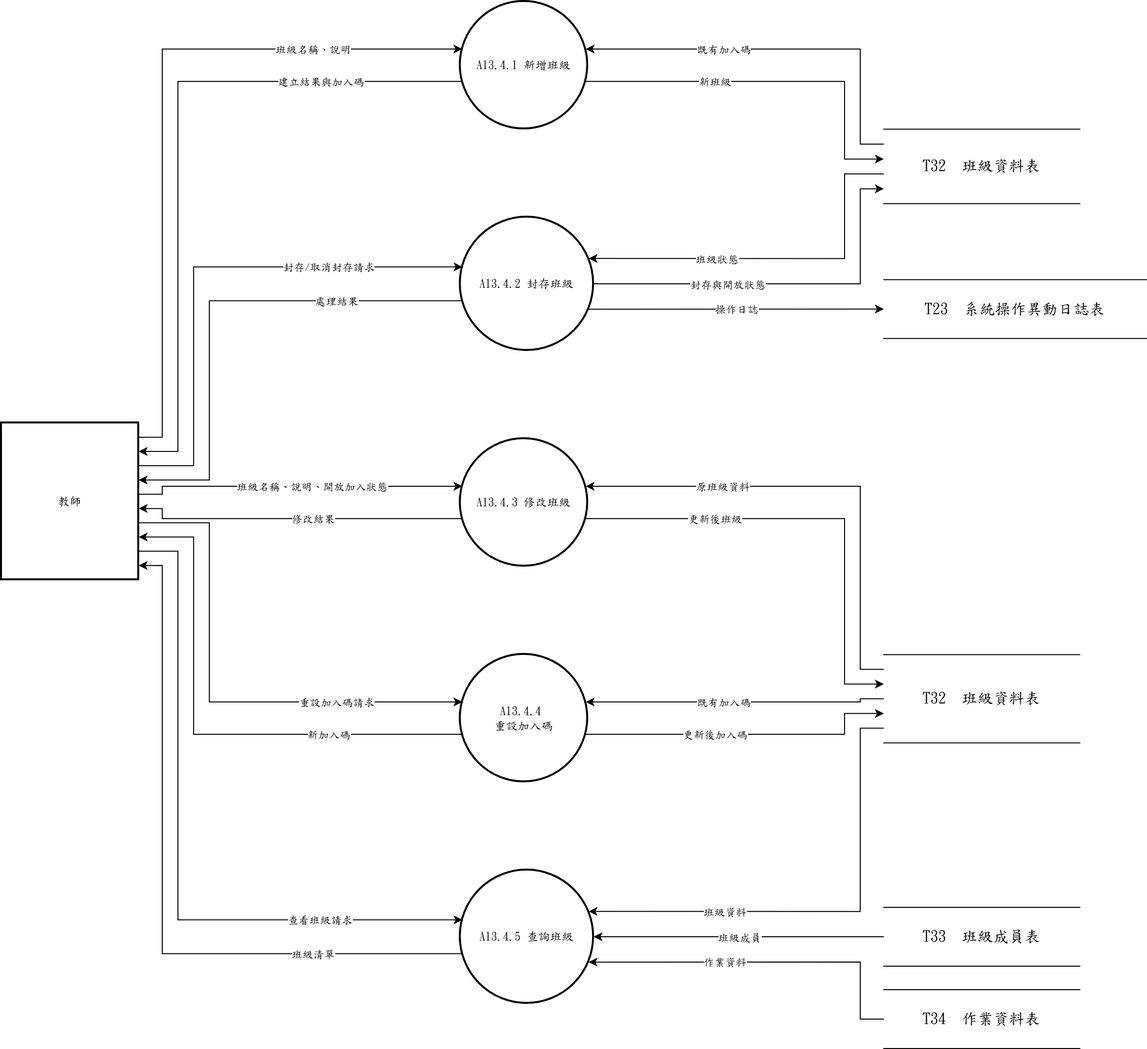
This is 系統文件/第6章/DFD圖/圖13/圖13-4.drawio.png from s22452007/115502, a draw.io export, as it was before one commit. Source tidied: cells renumbered, new cells last; positions are measured from the earlier drawing's top-left corner, leaving out a move shared by most shapes. The source it was exported from:
```xml
<mxGraphModel>
  <root>
    <mxCell id="0" />
    <mxCell id="1" parent="0" />
    <mxCell id="2" value="A13.4.1 新增班級" style="ellipse;strokeWidth=2;whiteSpace=wrap;html=1;fontFamily=標楷體;" parent="1" vertex="1">
      <mxGeometry x="468" width="130" height="130" as="geometry" />
    </mxCell>
    <mxCell id="3" value="A13.4.2 封存班級" style="ellipse;strokeWidth=2;whiteSpace=wrap;html=1;fontFamily=標楷體;" parent="1" vertex="1">
      <mxGeometry x="468" y="220" width="136" height="136" as="geometry" />
    </mxCell>
    <mxCell id="4" value="A13.4.3 修改班級" style="ellipse;strokeWidth=2;whiteSpace=wrap;html=1;fontFamily=標楷體;" parent="1" vertex="1">
      <mxGeometry x="468" y="446" width="130" height="130" as="geometry" />
    </mxCell>
    <mxCell id="5" value="A13.4.4&amp;nbsp;&lt;div&gt;重設加入碼&lt;/div&gt;" style="ellipse;strokeWidth=2;whiteSpace=wrap;html=1;fontFamily=標楷體;" parent="1" vertex="1">
      <mxGeometry x="468" y="666" width="130" height="130" as="geometry" />
    </mxCell>
    <mxCell id="6" value="A13.4.5 查詢班級" style="ellipse;strokeWidth=2;whiteSpace=wrap;html=1;fontFamily=標楷體;" parent="1" vertex="1">
      <mxGeometry x="468" y="886" width="136" height="136" as="geometry" />
    </mxCell>
    <mxCell id="7" value="教師" style="whiteSpace=wrap;strokeWidth=2;html=1;fontFamily=標楷體;" parent="1" vertex="1">
      <mxGeometry y="429.9" width="140" height="160" as="geometry" />
    </mxCell>
    <mxCell id="8" value="T32  班級資料表" style="shape=partialRectangle;whiteSpace=wrap;html=1;left=0;right=0;fontFamily=標楷體;fontSize=16;" parent="1" vertex="1">
      <mxGeometry x="900" y="130.3" width="200" height="76" as="geometry" />
    </mxCell>
    <mxCell id="9" value="T23  系統操作異動日誌表" style="shape=partialRectangle;whiteSpace=wrap;html=1;left=0;right=0;fontFamily=標楷體;fontSize=16;" parent="1" vertex="1">
      <mxGeometry x="900" y="283.8" width="268" height="60" as="geometry" />
    </mxCell>
    <mxCell id="10" value="T32  班級資料表" style="shape=partialRectangle;whiteSpace=wrap;html=1;left=0;right=0;fontFamily=標楷體;fontSize=16;" parent="1" vertex="1">
      <mxGeometry x="900" y="666.3" width="200" height="90" as="geometry" />
    </mxCell>
    <mxCell id="11" value="T33  班級成員表" style="shape=partialRectangle;whiteSpace=wrap;html=1;left=0;right=0;fontFamily=標楷體;fontSize=16;" parent="1" vertex="1">
      <mxGeometry x="900" y="924" width="200" height="60" as="geometry" />
    </mxCell>
    <mxCell id="12" value="T34  作業資料表" style="shape=partialRectangle;whiteSpace=wrap;html=1;left=0;right=0;fontFamily=標楷體;fontSize=16;" parent="1" vertex="1">
      <mxGeometry x="900" y="1008" width="200" height="60" as="geometry" />
    </mxCell>
    <mxCell id="13" style="edgeStyle=none;rounded=0;html=1;fontFamily=標楷體;endArrow=classic;exitX=1.0000;exitY=0.0909;exitDx=0;exitDy=0;exitPerimeter=0;entryX=0.0163;entryY=0.3733;entryDx=0;entryDy=0;entryPerimeter=0;" parent="1" edge="1" source="7" target="2">
      <mxGeometry relative="1" as="geometry">
        <Array as="points">
          <mxPoint x="164" y="444.4" />
          <mxPoint x="164" y="48.5" />
        </Array>
      </mxGeometry>
    </mxCell>
    <mxCell id="14" value="班級名稱、說明" style="edgeLabel;html=1;align=center;verticalAlign=middle;fontFamily=標楷體;" parent="13" vertex="1">
      <mxGeometry x="0.58" relative="1" as="geometry" />
    </mxCell>
    <mxCell id="15" style="edgeStyle=none;rounded=0;html=1;fontFamily=標楷體;endArrow=classic;exitX=0.0000;exitY=0.2000;exitDx=0;exitDy=0;exitPerimeter=0;entryX=0.9837;entryY=0.3733;entryDx=0;entryDy=0;entryPerimeter=0;" parent="1" edge="1" source="8" target="2">
      <mxGeometry relative="1" as="geometry">
        <Array as="points">
          <mxPoint x="876" y="145.5" />
          <mxPoint x="876" y="48.5" />
        </Array>
      </mxGeometry>
    </mxCell>
    <mxCell id="16" value="既有加入碼" style="edgeLabel;html=1;align=center;verticalAlign=middle;fontFamily=標楷體;" parent="15" vertex="1">
      <mxGeometry x="0.3" relative="1" as="geometry" />
    </mxCell>
    <mxCell id="17" style="edgeStyle=none;rounded=0;html=1;fontFamily=標楷體;endArrow=classic;exitX=0.0163;exitY=0.6267;exitDx=0;exitDy=0;exitPerimeter=0;entryX=1.0000;entryY=0.1818;entryDx=0;entryDy=0;entryPerimeter=0;" parent="1" edge="1" source="2" target="7">
      <mxGeometry relative="1" as="geometry">
        <Array as="points">
          <mxPoint x="180" y="81.5" />
          <mxPoint x="180" y="459" />
        </Array>
      </mxGeometry>
    </mxCell>
    <mxCell id="18" value="建立結果與加入碼" style="edgeLabel;html=1;align=center;verticalAlign=middle;fontFamily=標楷體;" parent="17" vertex="1">
      <mxGeometry x="-0.59" relative="1" as="geometry" />
    </mxCell>
    <mxCell id="19" style="edgeStyle=none;rounded=0;html=1;fontFamily=標楷體;endArrow=classic;exitX=0.9837;exitY=0.6267;exitDx=0;exitDy=0;exitPerimeter=0;entryX=0.0000;entryY=0.4000;entryDx=0;entryDy=0;entryPerimeter=0;" parent="1" edge="1" source="2" target="8">
      <mxGeometry relative="1" as="geometry">
        <Array as="points">
          <mxPoint x="860" y="81.5" />
          <mxPoint x="860" y="160.7" />
        </Array>
      </mxGeometry>
    </mxCell>
    <mxCell id="20" value="新班級" style="edgeLabel;html=1;align=center;verticalAlign=middle;fontFamily=標楷體;" parent="19" vertex="1">
      <mxGeometry x="-0.31" relative="1" as="geometry" />
    </mxCell>
    <mxCell id="21" style="edgeStyle=none;rounded=0;html=1;fontFamily=標楷體;endArrow=classic;exitX=1.0000;exitY=0.2727;exitDx=0;exitDy=0;exitPerimeter=0;entryX=0.0163;entryY=0.3733;entryDx=0;entryDy=0;entryPerimeter=0;" parent="1" edge="1" source="7" target="3">
      <mxGeometry relative="1" as="geometry">
        <Array as="points">
          <mxPoint x="196" y="473.5" />
          <mxPoint x="196" y="270.8" />
        </Array>
      </mxGeometry>
    </mxCell>
    <mxCell id="22" value="封存/取消封存請求" style="edgeLabel;html=1;align=center;verticalAlign=middle;fontFamily=標楷體;" parent="21" vertex="1">
      <mxGeometry x="0.48" relative="1" as="geometry" />
    </mxCell>
    <mxCell id="23" style="edgeStyle=none;rounded=0;html=1;fontFamily=標楷體;endArrow=classic;exitX=0.0000;exitY=0.6000;exitDx=0;exitDy=0;exitPerimeter=0;entryX=0.9625;entryY=0.3100;entryDx=0;entryDy=0;entryPerimeter=0;" parent="1" edge="1" source="8" target="3">
      <mxGeometry relative="1" as="geometry">
        <Array as="points">
          <mxPoint x="860" y="175.9" />
          <mxPoint x="860" y="262.2" />
        </Array>
      </mxGeometry>
    </mxCell>
    <mxCell id="24" value="班級狀態" style="edgeLabel;html=1;align=center;verticalAlign=middle;fontFamily=標楷體;" parent="23" vertex="1">
      <mxGeometry x="0.33" relative="1" as="geometry" />
    </mxCell>
    <mxCell id="25" style="edgeStyle=none;rounded=0;html=1;fontFamily=標楷體;endArrow=classic;exitX=0.0163;exitY=0.6267;exitDx=0;exitDy=0;exitPerimeter=0;entryX=1.0000;entryY=0.3636;entryDx=0;entryDy=0;entryPerimeter=0;" parent="1" edge="1" source="3" target="7">
      <mxGeometry relative="1" as="geometry">
        <Array as="points">
          <mxPoint x="212" y="305.2" />
          <mxPoint x="212" y="488.1" />
        </Array>
      </mxGeometry>
    </mxCell>
    <mxCell id="26" value="處理結果" style="edgeLabel;html=1;align=center;verticalAlign=middle;fontFamily=標楷體;" parent="25" vertex="1">
      <mxGeometry x="-0.5" relative="1" as="geometry" />
    </mxCell>
    <mxCell id="27" style="edgeStyle=none;rounded=0;html=1;fontFamily=標楷體;endArrow=classic;exitX=1.0000;exitY=0.5000;exitDx=0;exitDy=0;exitPerimeter=0;entryX=0.0000;entryY=0.8000;entryDx=0;entryDy=0;entryPerimeter=0;" parent="1" edge="1" source="3" target="8">
      <mxGeometry relative="1" as="geometry">
        <Array as="points">
          <mxPoint x="876" y="288" />
          <mxPoint x="876" y="191.1" />
        </Array>
      </mxGeometry>
    </mxCell>
    <mxCell id="28" value="封存與開放狀態" style="edgeLabel;html=1;align=center;verticalAlign=middle;fontFamily=標楷體;" parent="27" vertex="1">
      <mxGeometry x="-0.31" relative="1" as="geometry" />
    </mxCell>
    <mxCell id="29" style="edgeStyle=none;rounded=0;html=1;fontFamily=標楷體;endArrow=classic;exitX=0.9625;exitY=0.6900;exitDx=0;exitDy=0;exitPerimeter=0;entryX=0.0000;entryY=0.5000;entryDx=0;entryDy=0;entryPerimeter=0;" parent="1" edge="1" source="3" target="9">
      <mxGeometry relative="1" as="geometry" />
    </mxCell>
    <mxCell id="30" value="操作日誌" style="edgeLabel;html=1;align=center;verticalAlign=middle;fontFamily=標楷體;" parent="29" vertex="1">
      <mxGeometry relative="1" as="geometry" />
    </mxCell>
    <mxCell id="31" style="edgeStyle=none;rounded=0;html=1;fontFamily=標楷體;endArrow=classic;exitX=1.0000;exitY=0.4545;exitDx=0;exitDy=0;exitPerimeter=0;entryX=0.0163;entryY=0.3733;entryDx=0;entryDy=0;entryPerimeter=0;" parent="1" edge="1" source="7" target="4">
      <mxGeometry relative="1" as="geometry">
        <Array as="points">
          <mxPoint x="164" y="502.6" />
          <mxPoint x="164" y="494.5" />
        </Array>
      </mxGeometry>
    </mxCell>
    <mxCell id="32" value="班級名稱、說明、開放加入狀態" style="edgeLabel;html=1;align=center;verticalAlign=middle;fontFamily=標楷體;" parent="31" vertex="1">
      <mxGeometry x="0.1" relative="1" as="geometry" />
    </mxCell>
    <mxCell id="33" style="edgeStyle=none;rounded=0;html=1;fontFamily=標楷體;endArrow=classic;exitX=0.0000;exitY=0.1667;exitDx=0;exitDy=0;exitPerimeter=0;entryX=0.9837;entryY=0.3733;entryDx=0;entryDy=0;entryPerimeter=0;" parent="1" edge="1" source="10" target="4">
      <mxGeometry relative="1" as="geometry">
        <Array as="points">
          <mxPoint x="876" y="681.3" />
          <mxPoint x="876" y="494.5" />
        </Array>
      </mxGeometry>
    </mxCell>
    <mxCell id="34" value="原班級資料" style="edgeLabel;html=1;align=center;verticalAlign=middle;fontFamily=標楷體;" parent="33" vertex="1">
      <mxGeometry x="0.43" relative="1" as="geometry" />
    </mxCell>
    <mxCell id="35" style="edgeStyle=none;rounded=0;html=1;fontFamily=標楷體;endArrow=classic;exitX=0.0163;exitY=0.6267;exitDx=0;exitDy=0;exitPerimeter=0;entryX=1.0000;entryY=0.5455;entryDx=0;entryDy=0;entryPerimeter=0;" parent="1" edge="1" source="4" target="7">
      <mxGeometry relative="1" as="geometry">
        <Array as="points">
          <mxPoint x="164" y="527.5" />
          <mxPoint x="164" y="517.2" />
        </Array>
      </mxGeometry>
    </mxCell>
    <mxCell id="36" value="修改結果" style="edgeLabel;html=1;align=center;verticalAlign=middle;fontFamily=標楷體;" parent="35" vertex="1">
      <mxGeometry x="-0.1" relative="1" as="geometry" />
    </mxCell>
    <mxCell id="37" style="edgeStyle=none;rounded=0;html=1;fontFamily=標楷體;endArrow=classic;exitX=0.9837;exitY=0.6267;exitDx=0;exitDy=0;exitPerimeter=0;entryX=0.0000;entryY=0.3333;entryDx=0;entryDy=0;entryPerimeter=0;" parent="1" edge="1" source="4" target="10">
      <mxGeometry relative="1" as="geometry">
        <Array as="points">
          <mxPoint x="860" y="527.5" />
          <mxPoint x="860" y="696.3" />
        </Array>
      </mxGeometry>
    </mxCell>
    <mxCell id="38" value="更新後班級" style="edgeLabel;html=1;align=center;verticalAlign=middle;fontFamily=標楷體;" parent="37" vertex="1">
      <mxGeometry x="-0.44" relative="1" as="geometry" />
    </mxCell>
    <mxCell id="39" style="edgeStyle=none;rounded=0;html=1;fontFamily=標楷體;endArrow=classic;exitX=1.0000;exitY=0.6364;exitDx=0;exitDy=0;exitPerimeter=0;entryX=0.0163;entryY=0.3733;entryDx=0;entryDy=0;entryPerimeter=0;" parent="1" edge="1" source="7" target="5">
      <mxGeometry relative="1" as="geometry">
        <Array as="points">
          <mxPoint x="212" y="531.7" />
          <mxPoint x="212" y="714.5" />
        </Array>
      </mxGeometry>
    </mxCell>
    <mxCell id="40" value="重設加入碼請求" style="edgeLabel;html=1;align=center;verticalAlign=middle;fontFamily=標楷體;" parent="39" vertex="1">
      <mxGeometry x="0.5" relative="1" as="geometry" />
    </mxCell>
    <mxCell id="41" style="edgeStyle=none;rounded=0;html=1;fontFamily=標楷體;endArrow=classic;exitX=0.0000;exitY=0.5000;exitDx=0;exitDy=0;exitPerimeter=0;entryX=0.9837;entryY=0.3733;entryDx=0;entryDy=0;entryPerimeter=0;" parent="1" edge="1" source="10" target="5">
      <mxGeometry relative="1" as="geometry">
        <Array as="points">
          <mxPoint x="876" y="711.3" />
          <mxPoint x="876" y="714.5" />
        </Array>
      </mxGeometry>
    </mxCell>
    <mxCell id="42" value="既有加入碼" style="edgeLabel;html=1;align=center;verticalAlign=middle;fontFamily=標楷體;" parent="41" vertex="1">
      <mxGeometry x="0.09" relative="1" as="geometry" />
    </mxCell>
    <mxCell id="43" style="edgeStyle=none;rounded=0;html=1;fontFamily=標楷體;endArrow=classic;exitX=0.0163;exitY=0.6267;exitDx=0;exitDy=0;exitPerimeter=0;entryX=1.0000;entryY=0.7273;entryDx=0;entryDy=0;entryPerimeter=0;" parent="1" edge="1" source="5" target="7">
      <mxGeometry relative="1" as="geometry">
        <Array as="points">
          <mxPoint x="196" y="747.5" />
          <mxPoint x="196" y="546.2" />
        </Array>
      </mxGeometry>
    </mxCell>
    <mxCell id="44" value="新加入碼" style="edgeLabel;html=1;align=center;verticalAlign=middle;fontFamily=標楷體;" parent="43" vertex="1">
      <mxGeometry x="-0.48" relative="1" as="geometry" />
    </mxCell>
    <mxCell id="45" style="edgeStyle=none;rounded=0;html=1;fontFamily=標楷體;endArrow=classic;exitX=0.9837;exitY=0.6267;exitDx=0;exitDy=0;exitPerimeter=0;entryX=0.0000;entryY=0.6667;entryDx=0;entryDy=0;entryPerimeter=0;" parent="1" edge="1" source="5" target="10">
      <mxGeometry relative="1" as="geometry">
        <Array as="points">
          <mxPoint x="860" y="747.5" />
          <mxPoint x="860" y="726.3" />
        </Array>
      </mxGeometry>
    </mxCell>
    <mxCell id="46" value="更新後加入碼" style="edgeLabel;html=1;align=center;verticalAlign=middle;fontFamily=標楷體;" parent="45" vertex="1">
      <mxGeometry x="-0.19" relative="1" as="geometry" />
    </mxCell>
    <mxCell id="47" style="edgeStyle=none;rounded=0;html=1;fontFamily=標楷體;endArrow=classic;exitX=1.0000;exitY=0.8182;exitDx=0;exitDy=0;exitPerimeter=0;entryX=0.0163;entryY=0.3733;entryDx=0;entryDy=0;entryPerimeter=0;" parent="1" edge="1" source="7" target="6">
      <mxGeometry relative="1" as="geometry">
        <Array as="points">
          <mxPoint x="180" y="560.8" />
          <mxPoint x="180" y="936.8" />
        </Array>
      </mxGeometry>
    </mxCell>
    <mxCell id="48" value="查看班級請求" style="edgeLabel;html=1;align=center;verticalAlign=middle;fontFamily=標楷體;" parent="47" vertex="1">
      <mxGeometry x="0.59" relative="1" as="geometry" />
    </mxCell>
    <mxCell id="49" style="edgeStyle=none;rounded=0;html=1;fontFamily=標楷體;endArrow=classic;exitX=0.0000;exitY=0.8333;exitDx=0;exitDy=0;exitPerimeter=0;entryX=0.9625;entryY=0.3100;entryDx=0;entryDy=0;entryPerimeter=0;" parent="1" edge="1" source="10" target="6">
      <mxGeometry relative="1" as="geometry">
        <Array as="points">
          <mxPoint x="876" y="741.3" />
          <mxPoint x="876" y="928.2" />
        </Array>
      </mxGeometry>
    </mxCell>
    <mxCell id="50" value="班級資料" style="edgeLabel;html=1;align=center;verticalAlign=middle;fontFamily=標楷體;" parent="49" vertex="1">
      <mxGeometry x="0.43" relative="1" as="geometry" />
    </mxCell>
    <mxCell id="51" style="edgeStyle=none;rounded=0;html=1;fontFamily=標楷體;endArrow=classic;exitX=0.0000;exitY=0.5000;exitDx=0;exitDy=0;exitPerimeter=0;entryX=1.0000;entryY=0.5000;entryDx=0;entryDy=0;entryPerimeter=0;" parent="1" edge="1" source="11" target="6">
      <mxGeometry relative="1" as="geometry" />
    </mxCell>
    <mxCell id="52" value="班級成員" style="edgeLabel;html=1;align=center;verticalAlign=middle;fontFamily=標楷體;" parent="51" vertex="1">
      <mxGeometry relative="1" as="geometry" />
    </mxCell>
    <mxCell id="53" style="edgeStyle=none;rounded=0;html=1;fontFamily=標楷體;endArrow=classic;exitX=0.0000;exitY=0.5000;exitDx=0;exitDy=0;exitPerimeter=0;entryX=0.9625;entryY=0.6900;entryDx=0;entryDy=0;entryPerimeter=0;" parent="1" edge="1" source="12" target="6">
      <mxGeometry relative="1" as="geometry">
        <Array as="points">
          <mxPoint x="876" y="1038" />
          <mxPoint x="876" y="979.8" />
        </Array>
      </mxGeometry>
    </mxCell>
    <mxCell id="54" value="作業資料" style="edgeLabel;html=1;align=center;verticalAlign=middle;fontFamily=標楷體;" parent="53" vertex="1">
      <mxGeometry x="0.23" relative="1" as="geometry" />
    </mxCell>
    <mxCell id="55" style="edgeStyle=none;rounded=0;html=1;fontFamily=標楷體;endArrow=classic;exitX=0.0163;exitY=0.6267;exitDx=0;exitDy=0;exitPerimeter=0;entryX=1.0000;entryY=0.9091;entryDx=0;entryDy=0;entryPerimeter=0;" parent="1" edge="1" source="6" target="7">
      <mxGeometry relative="1" as="geometry">
        <Array as="points">
          <mxPoint x="164" y="971.2" />
          <mxPoint x="164" y="575.3" />
        </Array>
      </mxGeometry>
    </mxCell>
    <mxCell id="56" value="班級清單" style="edgeLabel;html=1;align=center;verticalAlign=middle;fontFamily=標楷體;" parent="55" vertex="1">
      <mxGeometry x="-0.58" relative="1" as="geometry" />
    </mxCell>
  </root>
</mxGraphModel>
```
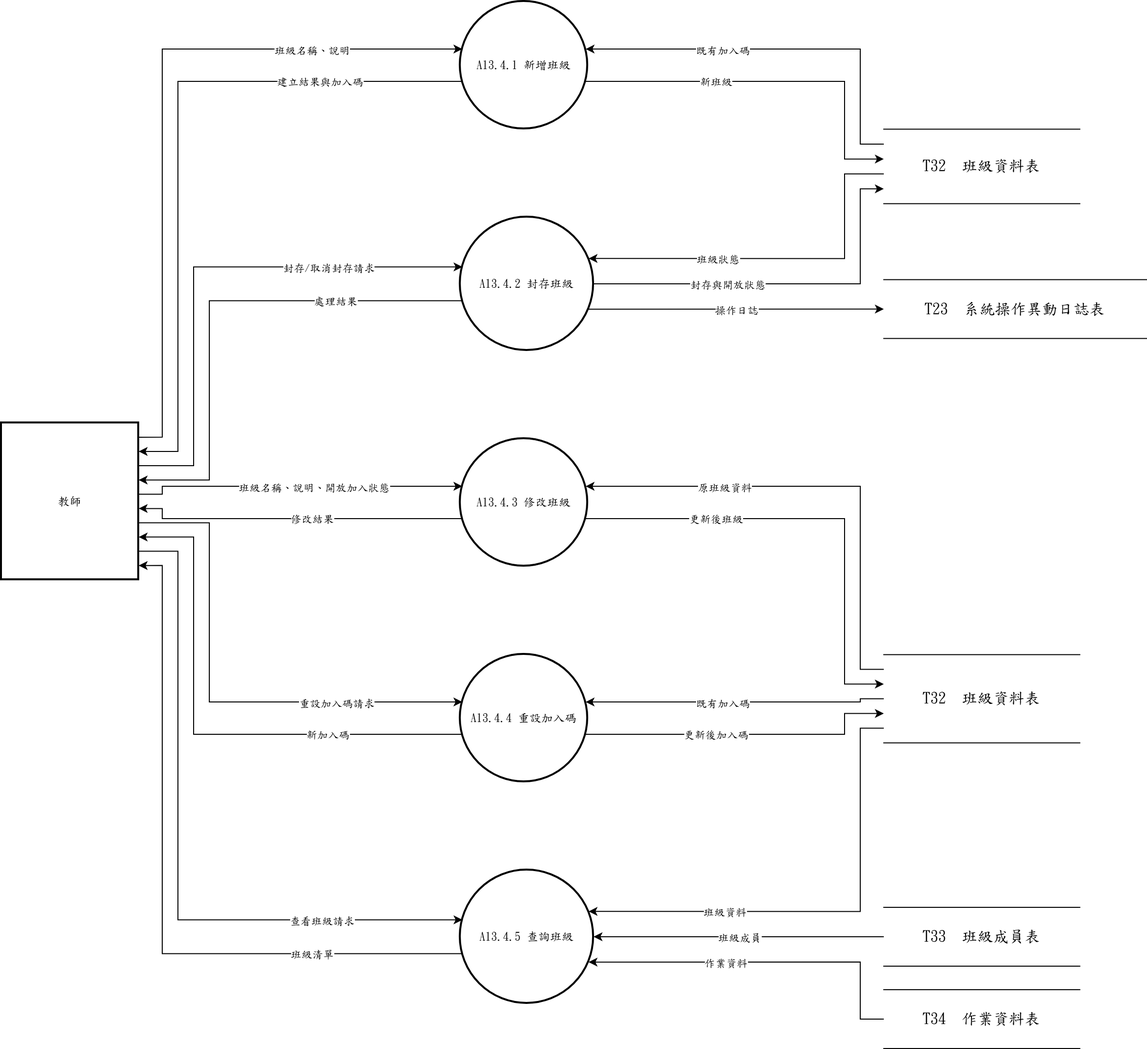
After the change.

What changed in the source:
```diff
@@ -11,7 +11,7 @@
     <mxCell id="4" value="A13.4.3 修改班級" style="ellipse;strokeWidth=2;whiteSpace=wrap;html=1;fontFamily=標楷體;" parent="1" vertex="1">
       <mxGeometry x="468" y="446" width="130" height="130" as="geometry" />
     </mxCell>
-    <mxCell id="5" value="A13.4.4&amp;nbsp;&lt;div&gt;重設加入碼&lt;/div&gt;" style="ellipse;strokeWidth=2;whiteSpace=wrap;html=1;fontFamily=標楷體;" parent="1" vertex="1">
+    <mxCell id="5" value="A13.4.4 重設加入碼" style="ellipse;strokeWidth=2;whiteSpace=wrap;html=1;fontFamily=標楷體;" parent="1" vertex="1">
       <mxGeometry x="468" y="666" width="130" height="130" as="geometry" />
     </mxCell>
     <mxCell id="6" value="A13.4.5 查詢班級" style="ellipse;strokeWidth=2;whiteSpace=wrap;html=1;fontFamily=標楷體;" parent="1" vertex="1">
```
